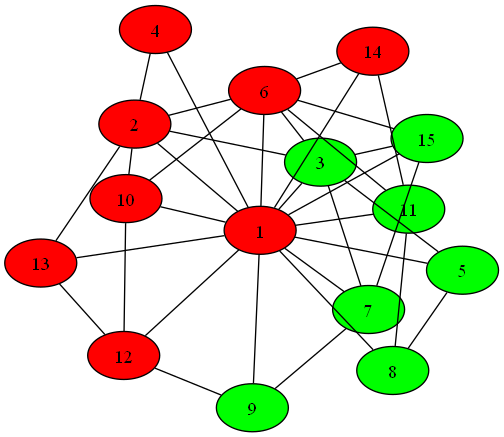
Earlier version of the Graphviz export GraphDomApp/GraphDomApp/MyGraph.png (brimst0ne/vkr). Its source is kept beside it as GraphDomApp/GraphDomApp/MyGraph.gv.
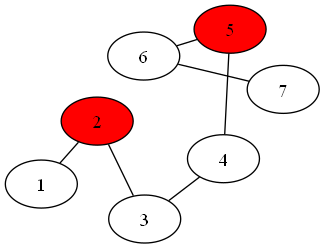
The same file after the commit.

The edit, as a diff of the source:
```diff
@@ -6,62 +6,12 @@
 	5;
 	6;
 	7;
-	8;
-	9;
-	10;
-	11;
-	12;
-	13;
-	14;
-	15;
 	1 -- 2;
-	1 -- 3;
-	1 -- 4;
-	1 -- 5;
-	1 -- 6;
-	1 -- 7;
-	1 -- 8;
-	1 -- 9;
-	1 -- 10;
-	1 -- 11;
-	1 -- 12;
-	1 -- 13;
-	1 -- 14;
-	1 -- 15;
 	2 -- 3;
-	2 -- 4;
-	2 -- 6;
-	2 -- 10;
-	2 -- 13;
-	3 -- 5;
-	3 -- 6;
-	3 -- 7;
-	3 -- 15;
-	5 -- 8;
-	6 -- 10;
-	6 -- 11;
-	6 -- 14;
-	6 -- 15;
-	7 -- 9;
-	7 -- 15;
-	8 -- 11;
-	9 -- 12;
-	10 -- 12;
-	11 -- 14;
-	12 -- 13;
-    1 [style=filled, fillcolor=red];
+	3 -- 4;
+	4 -- 5;
+	5 -- 6;
+	6 -- 7;
     2 [style=filled, fillcolor=red];
-    3 [style=filled, fillcolor=green];
-    4 [style=filled, fillcolor=red];
-    5 [style=filled, fillcolor=green];
-    6 [style=filled, fillcolor=red];
-    7 [style=filled, fillcolor=green];
-    8 [style=filled, fillcolor=green];
-    9 [style=filled, fillcolor=green];
-    10 [style=filled, fillcolor=red];
-    11 [style=filled, fillcolor=green];
-    12 [style=filled, fillcolor=red];
-    13 [style=filled, fillcolor=red];
-    14 [style=filled, fillcolor=red];
-    15 [style=filled, fillcolor=green];
+    5 [style=filled, fillcolor=red];
 }
```
